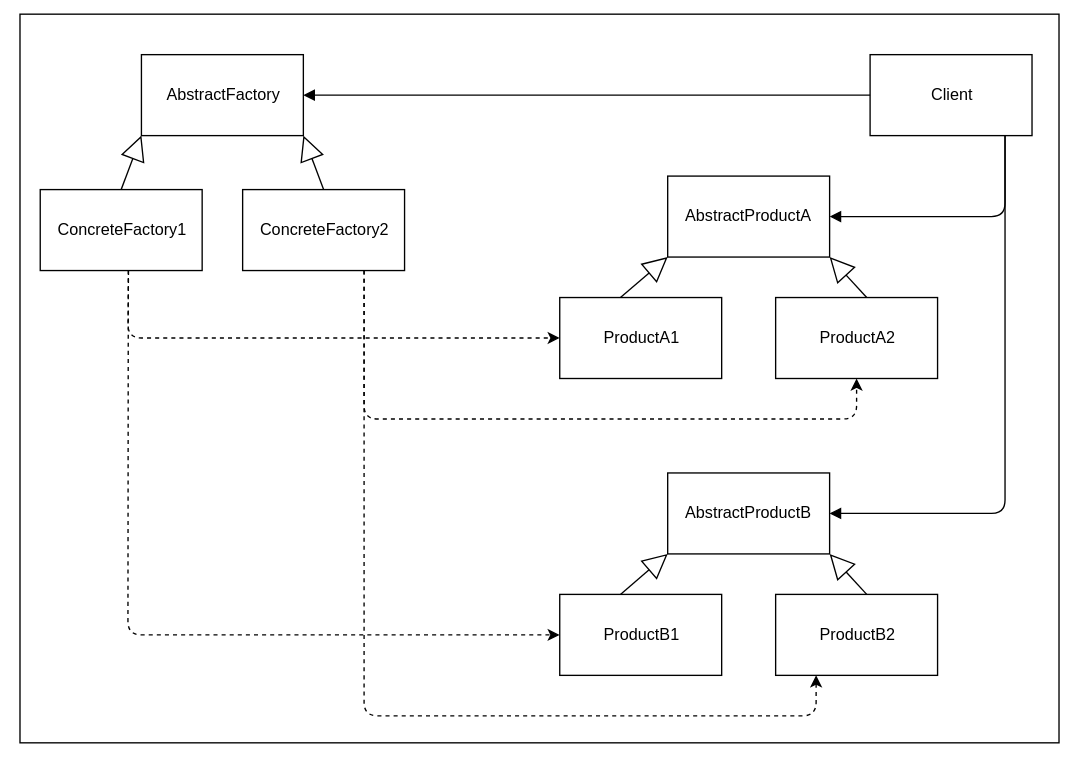
The draw.io diagram Zettelkasten/_src/diagrams/abstract_factory.svg in brunoruas2/zettelkasten, before a commit. Source tidied: cells renumbered, new cells last; positions are measured from the earlier drawing's top-left corner, leaving out a move shared by most shapes.
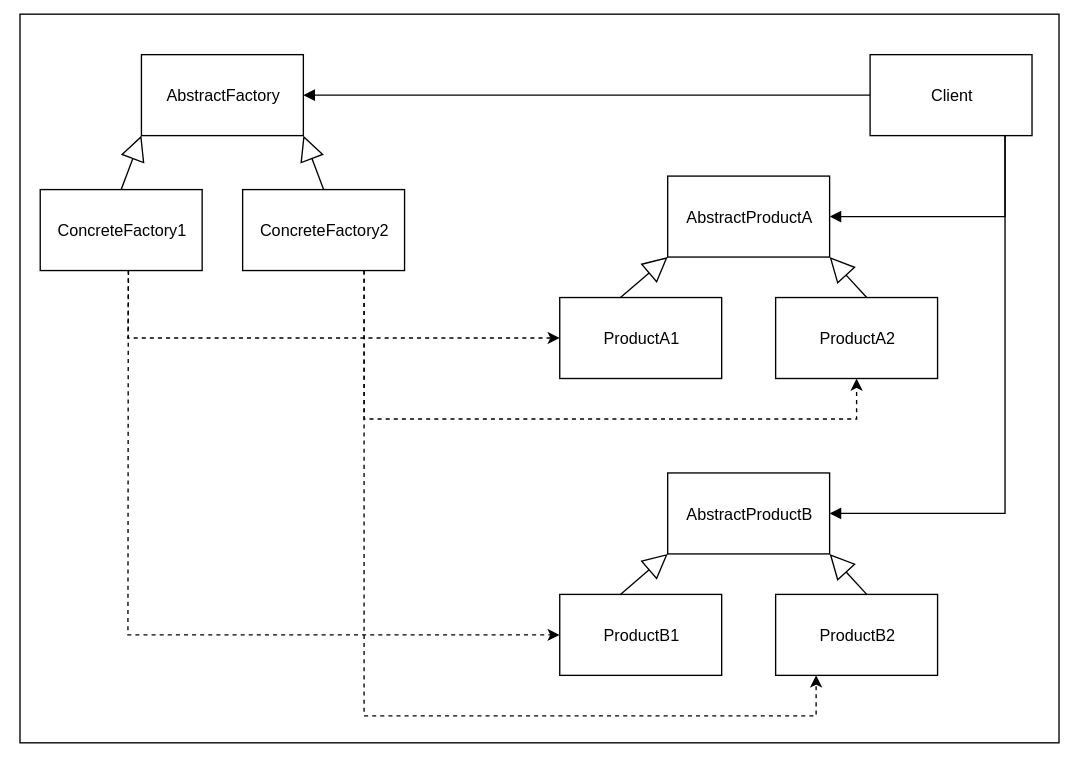
The same file after the commit.

The edit, as a diff of the source:
```diff
@@ -8,7 +8,7 @@
     <mxCell id="3" value="AbstractFactory" style="rounded=0;whiteSpace=wrap;html=1;" parent="1" vertex="1">
       <mxGeometry x="90" y="30" width="120" height="60" as="geometry" />
     </mxCell>
-    <mxCell id="4" style="edgeStyle=none;html=1;exitX=0.75;exitY=1;exitDx=0;exitDy=0;entryX=0.5;entryY=1;entryDx=0;entryDy=0;dashed=1;" parent="1" edge="1" source="6" target="16">
+    <mxCell id="4" style="edgeStyle=none;html=1;exitX=0.75;exitY=1;exitDx=0;exitDy=0;entryX=0.5;entryY=1;entryDx=0;entryDy=0;dashed=1;rounded=0;" parent="1" edge="1" source="6" target="16">
       <mxGeometry relative="1" as="geometry">
         <Array as="points">
           <mxPoint x="255" y="300" />
@@ -16,7 +16,7 @@
         </Array>
       </mxGeometry>
     </mxCell>
-    <mxCell id="5" style="edgeStyle=none;html=1;exitX=0.75;exitY=1;exitDx=0;exitDy=0;entryX=0.25;entryY=1;entryDx=0;entryDy=0;dashed=1;" parent="1" edge="1" source="6" target="18">
+    <mxCell id="5" style="edgeStyle=none;html=1;exitX=0.75;exitY=1;exitDx=0;exitDy=0;entryX=0.25;entryY=1;entryDx=0;entryDy=0;dashed=1;rounded=0;" parent="1" edge="1" source="6" target="18">
       <mxGeometry relative="1" as="geometry">
         <Array as="points">
           <mxPoint x="255" y="520" />
@@ -27,14 +27,14 @@
     <mxCell id="6" value="ConcreteFactory2" style="rounded=0;whiteSpace=wrap;html=1;" parent="1" vertex="1">
       <mxGeometry x="165" y="130" width="120" height="60" as="geometry" />
     </mxCell>
-    <mxCell id="7" style="edgeStyle=none;html=1;exitX=0.544;exitY=0.992;exitDx=0;exitDy=0;entryX=0;entryY=0.5;entryDx=0;entryDy=0;exitPerimeter=0;dashed=1;" parent="1" edge="1" source="9" target="17">
+    <mxCell id="7" style="edgeStyle=none;html=1;exitX=0.544;exitY=0.992;exitDx=0;exitDy=0;entryX=0;entryY=0.5;entryDx=0;entryDy=0;exitPerimeter=0;dashed=1;rounded=0;" parent="1" edge="1" source="9" target="17">
       <mxGeometry relative="1" as="geometry">
         <Array as="points">
           <mxPoint x="80" y="460" />
         </Array>
       </mxGeometry>
     </mxCell>
-    <mxCell id="8" style="edgeStyle=none;html=1;exitX=0.545;exitY=1.004;exitDx=0;exitDy=0;entryX=0;entryY=0.5;entryDx=0;entryDy=0;exitPerimeter=0;dashed=1;" parent="1" edge="1" source="9" target="15">
+    <mxCell id="8" style="edgeStyle=none;html=1;exitX=0.545;exitY=1.004;exitDx=0;exitDy=0;entryX=0;entryY=0.5;entryDx=0;entryDy=0;exitPerimeter=0;dashed=1;rounded=0;" parent="1" edge="1" source="9" target="15">
       <mxGeometry relative="1" as="geometry">
         <Array as="points">
           <mxPoint x="80" y="240" />
@@ -74,7 +74,7 @@
     <mxCell id="19" value="&lt;br&gt;" style="endArrow=block;endFill=1;html=1;edgeStyle=orthogonalEdgeStyle;align=left;verticalAlign=top;exitX=0;exitY=0.5;exitDx=0;exitDy=0;entryX=1;entryY=0.5;entryDx=0;entryDy=0;" parent="1" edge="1" source="12" target="3">
       <mxGeometry x="-1" relative="1" as="geometry" />
     </mxCell>
-    <mxCell id="20" value="&lt;br&gt;" style="endArrow=block;endFill=1;html=1;edgeStyle=orthogonalEdgeStyle;align=left;verticalAlign=top;entryX=1;entryY=0.5;entryDx=0;entryDy=0;" parent="1" edge="1" target="13">
+    <mxCell id="20" value="&lt;br&gt;" style="endArrow=block;endFill=1;html=1;edgeStyle=orthogonalEdgeStyle;align=left;verticalAlign=top;entryX=1;entryY=0.5;entryDx=0;entryDy=0;rounded=0;" parent="1" edge="1" target="13">
       <mxGeometry x="-1" relative="1" as="geometry">
         <mxPoint x="730" y="90" as="sourcePoint" />
         <Array as="points">
@@ -83,7 +83,7 @@
         </Array>
       </mxGeometry>
     </mxCell>
-    <mxCell id="21" value="&lt;br&gt;" style="endArrow=block;endFill=1;html=1;edgeStyle=orthogonalEdgeStyle;align=left;verticalAlign=top;entryX=1;entryY=0.5;entryDx=0;entryDy=0;" parent="1" edge="1" source="12" target="14">
+    <mxCell id="21" value="&lt;br&gt;" style="endArrow=block;endFill=1;html=1;edgeStyle=orthogonalEdgeStyle;align=left;verticalAlign=top;entryX=1;entryY=0.5;entryDx=0;entryDy=0;rounded=0;" parent="1" edge="1" source="12" target="14">
       <mxGeometry x="-1" relative="1" as="geometry">
         <Array as="points">
           <mxPoint x="730" y="150" />
```
